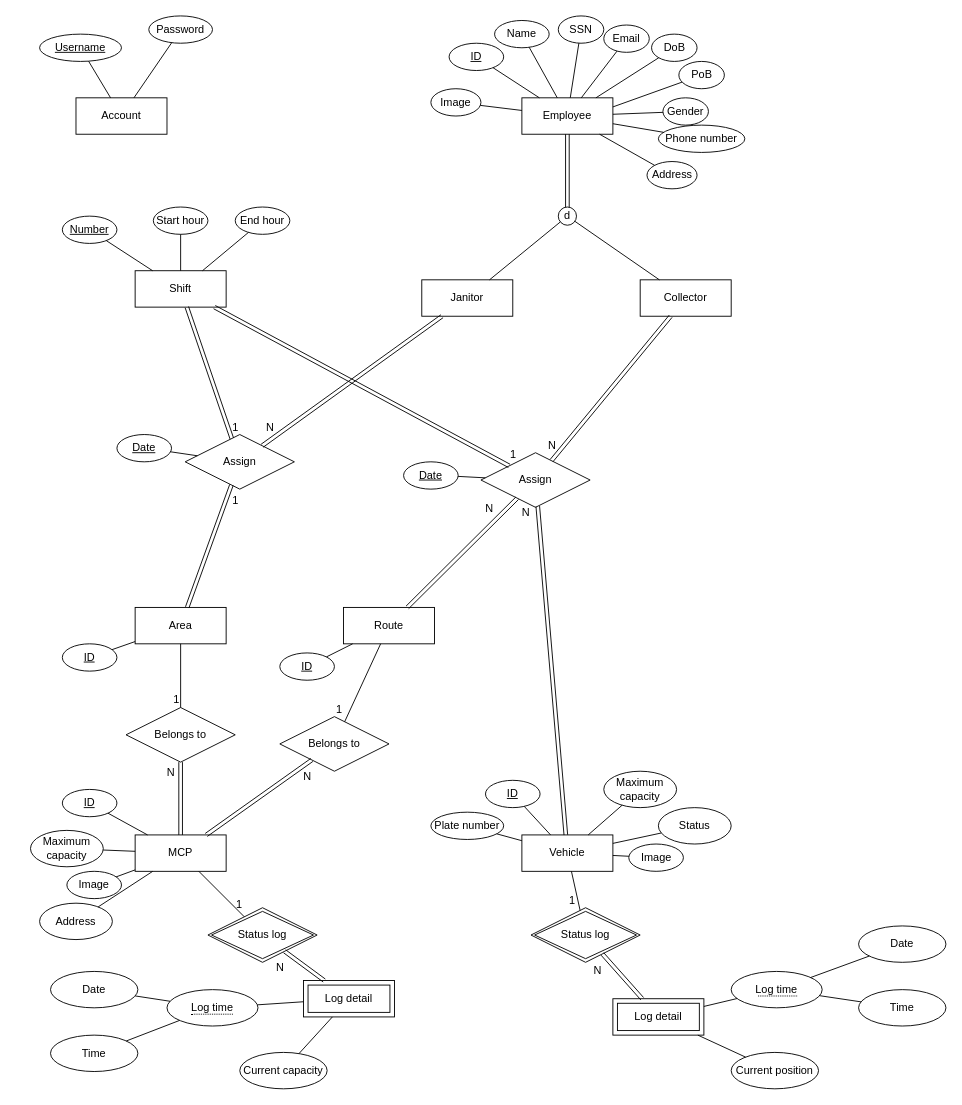
The draw.io diagram ERD.drawio in astr0tas/A-simple-chat-web-application, before the edit. Source tidied: cells renumbered, new cells numbered last; positions are measured from the earlier drawing's top-left corner, leaving out a move shared by most shapes. Both pictures are drawn from the tidied source at 91%, with x=0, y=0 at pixel (30, 15).
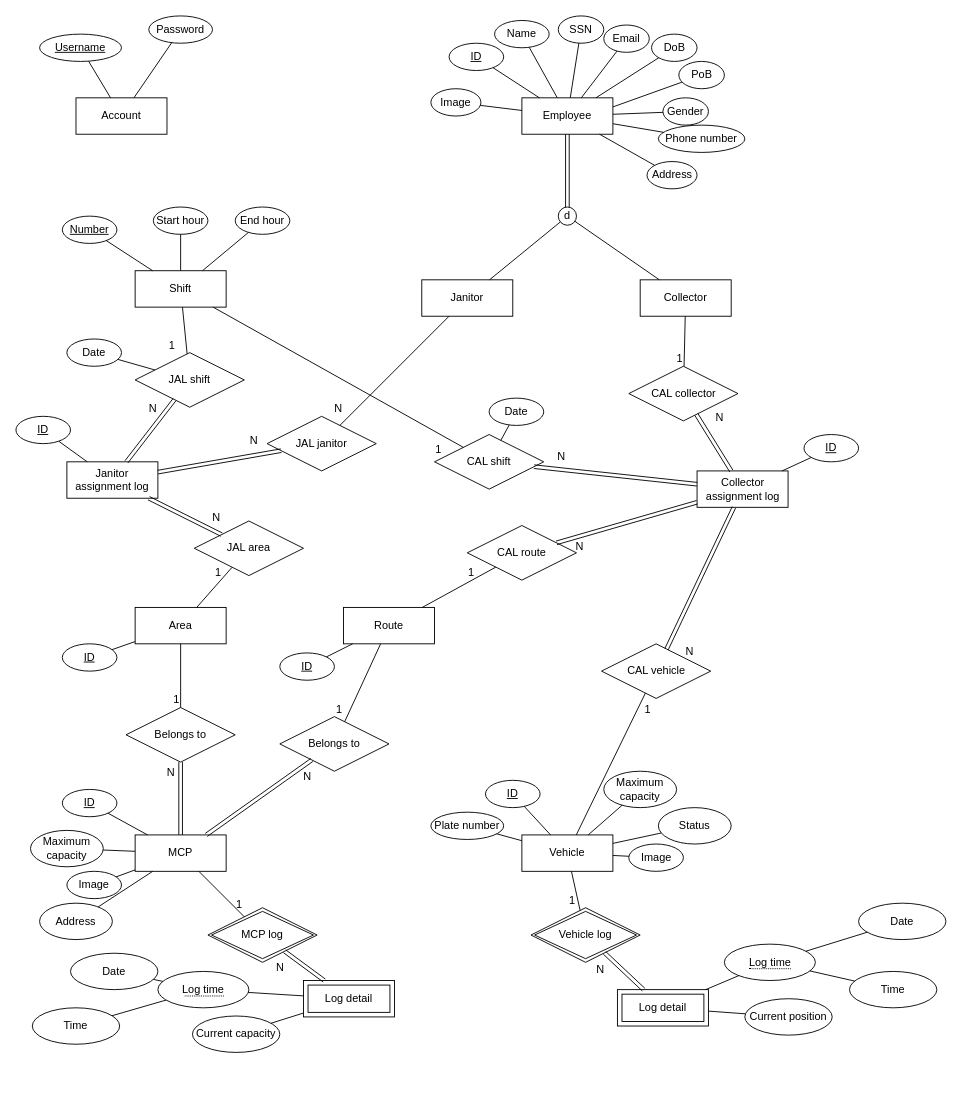
Above is the later version.

The change refers to these unchanged cells:
```xml
<mxCell id="8" value="Janitor" style="whiteSpace=wrap;html=1;align=center;" parent="1" vertex="1">
  <mxGeometry x="430" y="290" width="100" height="40" as="geometry" />
</mxCell>
<mxCell id="9" value="Collector" style="whiteSpace=wrap;html=1;align=center;" parent="1" vertex="1">
  <mxGeometry x="670" y="290" width="100" height="40" as="geometry" />
</mxCell>
<mxCell id="33" value="Vehicle" style="whiteSpace=wrap;html=1;align=center;" parent="1" vertex="1">
  <mxGeometry x="540" y="900" width="100" height="40" as="geometry" />
</mxCell>
<mxCell id="50" value="Area" style="whiteSpace=wrap;html=1;align=center;" parent="1" vertex="1">
  <mxGeometry x="115" y="650" width="100" height="40" as="geometry" />
</mxCell>
<mxCell id="51" value="Route" style="whiteSpace=wrap;html=1;align=center;" parent="1" vertex="1">
  <mxGeometry x="344" y="650" width="100" height="40" as="geometry" />
</mxCell>
<mxCell id="70" value="Shift" style="whiteSpace=wrap;html=1;align=center;" parent="1" vertex="1">
  <mxGeometry x="115" y="280" width="100" height="40" as="geometry" />
</mxCell>
```

Diff of the diagram source:
```diff
@@
-    <mxCell id="68" value="Assign" style="shape=rhombus;perimeter=rhombusPerimeter;whiteSpace=wrap;html=1;align=center;" parent="1" vertex="1">
-      <mxGeometry x="170" y="460" width="120" height="60" as="geometry" />
-    </mxCell>
-    <mxCell id="69" value="Assign" style="shape=rhombus;perimeter=rhombusPerimeter;whiteSpace=wrap;html=1;align=center;" parent="1" vertex="1">
-      <mxGeometry x="495" y="480" width="120" height="60" as="geometry" />
+    <mxCell id="69" value="CAL shift" style="shape=rhombus;perimeter=rhombusPerimeter;whiteSpace=wrap;html=1;align=center;" parent="1" vertex="1">
+      <mxGeometry x="444" y="460" width="120" height="60" as="geometry" />
     </mxCell>
@@
-    <mxCell id="77" style="shape=link;html=1;rounded=0;" parent="1" edge="1" source="8" target="68">
-      <mxGeometry relative="1" as="geometry" />
-    </mxCell>
-    <mxCell id="78" value="N" style="html=1;whiteSpace=wrap;align=right;verticalAlign=bottom;" parent="77" vertex="1">
-      <mxGeometry x="1" relative="1" as="geometry">
-        <mxPoint x="15" y="-12" as="offset" />
-      </mxGeometry>
-    </mxCell>
-    <mxCell id="79" style="shape=link;html=1;rounded=0;" parent="1" edge="1" source="50" target="68">
-      <mxGeometry relative="1" as="geometry" />
-    </mxCell>
-    <mxCell id="80" value="1" style="html=1;whiteSpace=wrap;align=right;verticalAlign=bottom;" parent="79" vertex="1">
-      <mxGeometry x="1" relative="1" as="geometry">
-        <mxPoint x="9" y="25" as="offset" />
-      </mxGeometry>
-    </mxCell>
-    <mxCell id="81" style="shape=link;html=1;rounded=0;" parent="1" edge="1" source="70" target="68">
-      <mxGeometry relative="1" as="geometry" />
-    </mxCell>
-    <mxCell id="82" value="1" style="html=1;whiteSpace=wrap;align=right;verticalAlign=bottom;" parent="81" vertex="1">
-      <mxGeometry x="1" relative="1" as="geometry">
-        <mxPoint x="9" y="-4" as="offset" />
-      </mxGeometry>
-    </mxCell>
-    <mxCell id="83" style="shape=link;html=1;rounded=0;" parent="1" edge="1" source="9" target="69">
-      <mxGeometry relative="1" as="geometry" />
-    </mxCell>
-    <mxCell id="84" value="N" style="html=1;whiteSpace=wrap;align=right;verticalAlign=bottom;" parent="83" vertex="1">
-      <mxGeometry x="1" relative="1" as="geometry">
-        <mxPoint x="7" y="-9" as="offset" />
-      </mxGeometry>
-    </mxCell>
-    <mxCell id="85" style="shape=link;html=1;rounded=0;" parent="1" edge="1" source="70" target="69">
-      <mxGeometry relative="1" as="geometry" />
-    </mxCell>
-    <mxCell id="86" value="1" style="html=1;whiteSpace=wrap;align=right;verticalAlign=bottom;" parent="85" vertex="1">
-      <mxGeometry x="1" relative="1" as="geometry">
-        <mxPoint x="9" y="-4" as="offset" />
-      </mxGeometry>
-    </mxCell>
-    <mxCell id="87" style="shape=link;html=1;rounded=0;" parent="1" edge="1" source="51" target="69">
-      <mxGeometry relative="1" as="geometry" />
-    </mxCell>
-    <mxCell id="88" value="N" style="html=1;whiteSpace=wrap;align=right;verticalAlign=bottom;" parent="87" vertex="1">
-      <mxGeometry x="1" relative="1" as="geometry">
-        <mxPoint x="-25" y="20" as="offset" />
-      </mxGeometry>
-    </mxCell>
-    <mxCell id="89" value="Date" style="ellipse;whiteSpace=wrap;html=1;align=center;fontStyle=4;" parent="1" vertex="1">
-      <mxGeometry x="95" y="460" width="60" height="30" as="geometry" />
-    </mxCell>
-    <mxCell id="90" value="&lt;u&gt;Date&lt;/u&gt;" style="ellipse;whiteSpace=wrap;html=1;align=center;" parent="1" vertex="1">
-      <mxGeometry x="410" y="490" width="60" height="30" as="geometry" />
+    <mxCell id="90" value="Date" style="ellipse;whiteSpace=wrap;html=1;align=center;" parent="1" vertex="1">
+      <mxGeometry x="504" y="420" width="60" height="30" as="geometry" />
     </mxCell>
-    <mxCell id="91" style="endArrow=none;html=1;rounded=0;" parent="1" edge="1" source="89" target="68">
-      <mxGeometry relative="1" as="geometry" />
-    </mxCell>
-    <mxCell id="92" style="html=1;whiteSpace=wrap;align=right;verticalAlign=bottom;" parent="91" vertex="1">
-      <mxGeometry x="1" relative="1" as="geometry" />
-    </mxCell>
@@
-    <mxCell id="95" style="shape=link;html=1;rounded=0;" parent="1" edge="1" source="33" target="69">
-      <mxGeometry relative="1" as="geometry" />
-    </mxCell>
-    <mxCell id="96" value="N" style="html=1;whiteSpace=wrap;align=right;verticalAlign=bottom;" parent="95" vertex="1">
-      <mxGeometry x="1" relative="1" as="geometry">
-        <mxPoint x="-7" y="16" as="offset" />
-      </mxGeometry>
-    </mxCell>
-    <mxCell id="97" value="Status log" style="shape=rhombus;double=1;perimeter=rhombusPerimeter;whiteSpace=wrap;html=1;align=center;" parent="1" vertex="1">
+    <mxCell id="97" value="MCP log" style="shape=rhombus;double=1;perimeter=rhombusPerimeter;whiteSpace=wrap;html=1;align=center;" parent="1" vertex="1">
       <mxGeometry x="195" y="980" width="120" height="60" as="geometry" />
     </mxCell>
-    <mxCell id="98" value="Status log" style="shape=rhombus;double=1;perimeter=rhombusPerimeter;whiteSpace=wrap;html=1;align=center;" parent="1" vertex="1">
+    <mxCell id="98" value="Vehicle log" style="shape=rhombus;double=1;perimeter=rhombusPerimeter;whiteSpace=wrap;html=1;align=center;" parent="1" vertex="1">
       <mxGeometry x="550" y="980" width="120" height="60" as="geometry" />
     </mxCell>
@@
     <mxCell id="102" value="&lt;span style=&quot;border-bottom: 1px dotted&quot;&gt;Log time&lt;br&gt;&lt;/span&gt;" style="ellipse;whiteSpace=wrap;html=1;align=center;" parent="1" vertex="1">
-      <mxGeometry x="150" y="1070" width="100" height="40" as="geometry" />
+      <mxGeometry x="140" y="1050" width="100" height="40" as="geometry" />
     </mxCell>
     <mxCell id="103" value="Current capacity" style="ellipse;whiteSpace=wrap;html=1;align=center;" parent="1" vertex="1">
-      <mxGeometry x="230" y="1139" width="96" height="40" as="geometry" />
+      <mxGeometry x="178" y="1099" width="96" height="40" as="geometry" />
     </mxCell>
@@
     <mxCell id="108" value="Log detail" style="shape=ext;margin=3;double=1;whiteSpace=wrap;html=1;align=center;" parent="1" vertex="1">
-      <mxGeometry x="640" y="1080" width="100" height="40" as="geometry" />
+      <mxGeometry x="645" y="1070" width="100" height="40" as="geometry" />
     </mxCell>
     <mxCell id="109" value="&lt;span style=&quot;border-bottom: 1px dotted&quot;&gt;Log time&lt;br&gt;&lt;/span&gt;" style="ellipse;whiteSpace=wrap;html=1;align=center;" parent="1" vertex="1">
-      <mxGeometry x="770" y="1050" width="100" height="40" as="geometry" />
+      <mxGeometry x="762.5" y="1020" width="100" height="40" as="geometry" />
     </mxCell>
     <mxCell id="110" value="Date" style="ellipse;whiteSpace=wrap;html=1;align=center;" parent="1" vertex="1">
-      <mxGeometry x="22" y="1050" width="96" height="40" as="geometry" />
+      <mxGeometry x="44" y="1030" width="96" height="40" as="geometry" />
     </mxCell>
     <mxCell id="111" value="Time" style="ellipse;whiteSpace=wrap;html=1;align=center;" parent="1" vertex="1">
-      <mxGeometry x="22" y="1120" width="96" height="40" as="geometry" />
+      <mxGeometry x="2" y="1090" width="96" height="40" as="geometry" />
     </mxCell>
@@
     <mxCell id="118" value="Date" style="ellipse;whiteSpace=wrap;html=1;align=center;" parent="1" vertex="1">
-      <mxGeometry x="910" y="1000" width="96" height="40" as="geometry" />
+      <mxGeometry x="910" y="975" width="96" height="40" as="geometry" />
     </mxCell>
     <mxCell id="119" value="Time" style="ellipse;whiteSpace=wrap;html=1;align=center;" parent="1" vertex="1">
-      <mxGeometry x="910" y="1070" width="96" height="40" as="geometry" />
+      <mxGeometry x="900" y="1050" width="96" height="40" as="geometry" />
     </mxCell>
@@
     <mxCell id="123" value="Current position" style="ellipse;whiteSpace=wrap;html=1;align=center;" parent="1" vertex="1">
-      <mxGeometry x="770" y="1139" width="96" height="40" as="geometry" />
+      <mxGeometry x="785" y="1080" width="96" height="40" as="geometry" />
     </mxCell>
@@
+    <mxCell id="127" value="Collector assignment log" style="whiteSpace=wrap;html=1;align=center;" parent="1" vertex="1">
+      <mxGeometry x="732.5" y="500" width="100" height="40" as="geometry" />
+    </mxCell>
+    <mxCell id="128" value="ID" style="ellipse;whiteSpace=wrap;html=1;align=center;fontStyle=4;" parent="1" vertex="1">
+      <mxGeometry x="850" y="460" width="60" height="30" as="geometry" />
+    </mxCell>
+    <mxCell id="129" style="endArrow=none;html=1;rounded=0;" parent="1" edge="1" source="127" target="128">
+      <mxGeometry relative="1" as="geometry" />
+    </mxCell>
+    <mxCell id="130" value="CAL collector" style="shape=rhombus;perimeter=rhombusPerimeter;whiteSpace=wrap;html=1;align=center;" parent="1" vertex="1">
+      <mxGeometry x="657.5" y="385" width="120" height="60" as="geometry" />
+    </mxCell>
+    <mxCell id="131" value="CAL route" style="shape=rhombus;perimeter=rhombusPerimeter;whiteSpace=wrap;html=1;align=center;" parent="1" vertex="1">
+      <mxGeometry x="480" y="560" width="120" height="60" as="geometry" />
+    </mxCell>
+    <mxCell id="132" value="CAL vehicle" style="shape=rhombus;perimeter=rhombusPerimeter;whiteSpace=wrap;html=1;align=center;" parent="1" vertex="1">
+      <mxGeometry x="627.5" y="690" width="120" height="60" as="geometry" />
+    </mxCell>
+    <mxCell id="133" value="Janitor assignment log" style="whiteSpace=wrap;html=1;align=center;" parent="1" vertex="1">
+      <mxGeometry x="40" y="490" width="100" height="40" as="geometry" />
+    </mxCell>
+    <mxCell id="134" value="ID" style="ellipse;whiteSpace=wrap;html=1;align=center;fontStyle=4;" parent="1" vertex="1">
+      <mxGeometry x="-16" y="440" width="60" height="30" as="geometry" />
+    </mxCell>
+    <mxCell id="135" style="endArrow=none;html=1;rounded=0;" parent="1" edge="1" source="133" target="134">
+      <mxGeometry relative="1" as="geometry" />
+    </mxCell>
+    <mxCell id="136" style="endArrow=none;html=1;rounded=0;" parent="1" edge="1" source="9" target="130">
+      <mxGeometry relative="1" as="geometry" />
+    </mxCell>
+    <mxCell id="137" value="1" style="html=1;whiteSpace=wrap;align=right;verticalAlign=bottom;" parent="136" vertex="1">
+      <mxGeometry x="1" relative="1" as="geometry" />
+    </mxCell>
+    <mxCell id="138" style="shape=link;html=1;rounded=0;" parent="1" edge="1" source="127" target="130">
+      <mxGeometry relative="1" as="geometry" />
+    </mxCell>
+    <mxCell id="139" value="N" style="html=1;whiteSpace=wrap;align=right;verticalAlign=bottom;" parent="138" vertex="1">
+      <mxGeometry x="1" relative="1" as="geometry">
+        <mxPoint x="31" y="12" as="offset" />
+      </mxGeometry>
+    </mxCell>
+    <mxCell id="140" style="shape=link;html=1;rounded=0;" parent="1" edge="1" source="127" target="131">
+      <mxGeometry relative="1" as="geometry" />
+    </mxCell>
+    <mxCell id="141" value="N" style="html=1;whiteSpace=wrap;align=right;verticalAlign=bottom;" parent="140" vertex="1">
+      <mxGeometry x="1" relative="1" as="geometry">
+        <mxPoint x="31" y="12" as="offset" />
+      </mxGeometry>
+    </mxCell>
+    <mxCell id="142" style="endArrow=none;html=1;rounded=0;" parent="1" edge="1" source="51" target="131">
+      <mxGeometry relative="1" as="geometry" />
+    </mxCell>
+    <mxCell id="143" value="1" style="html=1;whiteSpace=wrap;align=right;verticalAlign=bottom;" parent="142" vertex="1">
+      <mxGeometry x="1" relative="1" as="geometry">
+        <mxPoint x="-22" y="14" as="offset" />
+      </mxGeometry>
+    </mxCell>
+    <mxCell id="144" style="endArrow=none;html=1;rounded=0;" parent="1" edge="1" source="33" target="132">
+      <mxGeometry relative="1" as="geometry" />
+    </mxCell>
+    <mxCell id="145" value="1" style="html=1;whiteSpace=wrap;align=right;verticalAlign=bottom;" parent="144" vertex="1">
+      <mxGeometry x="1" relative="1" as="geometry">
+        <mxPoint x="7" y="26" as="offset" />
+      </mxGeometry>
+    </mxCell>
+    <mxCell id="146" style="shape=link;html=1;rounded=0;" parent="1" edge="1" source="127" target="132">
+      <mxGeometry relative="1" as="geometry" />
+    </mxCell>
+    <mxCell id="147" value="N" style="html=1;whiteSpace=wrap;align=right;verticalAlign=bottom;" parent="146" vertex="1">
+      <mxGeometry x="1" relative="1" as="geometry">
+        <mxPoint x="31" y="12" as="offset" />
+      </mxGeometry>
+    </mxCell>
+    <mxCell id="148" style="shape=link;html=1;rounded=0;" parent="1" edge="1" source="127" target="69">
+      <mxGeometry relative="1" as="geometry" />
+    </mxCell>
+    <mxCell id="149" value="N" style="html=1;whiteSpace=wrap;align=right;verticalAlign=bottom;" parent="148" vertex="1">
+      <mxGeometry x="1" relative="1" as="geometry">
+        <mxPoint x="35" y="-2" as="offset" />
+      </mxGeometry>
+    </mxCell>
+    <mxCell id="85" style="endArrow=none;html=1;rounded=0;" parent="1" edge="1" source="70" target="69">
+      <mxGeometry relative="1" as="geometry" />
+    </mxCell>
+    <mxCell id="150" value="1" style="html=1;whiteSpace=wrap;align=right;verticalAlign=bottom;" parent="85" vertex="1">
+      <mxGeometry x="1" relative="1" as="geometry">
+        <mxPoint x="-22" y="11" as="offset" />
+      </mxGeometry>
+    </mxCell>
+    <mxCell id="151" value="JAL shift" style="shape=rhombus;perimeter=rhombusPerimeter;whiteSpace=wrap;html=1;align=center;" parent="1" vertex="1">
+      <mxGeometry x="115" y="370" width="120" height="60" as="geometry" />
+    </mxCell>
+    <mxCell id="152" style="endArrow=none;html=1;rounded=0;" parent="1" edge="1" source="70" target="151">
+      <mxGeometry relative="1" as="geometry" />
+    </mxCell>
+    <mxCell id="153" value="1" style="html=1;whiteSpace=wrap;align=right;verticalAlign=bottom;" parent="152" vertex="1">
+      <mxGeometry x="1" relative="1" as="geometry">
+        <mxPoint x="-12" y="-1" as="offset" />
+      </mxGeometry>
+    </mxCell>
+    <mxCell id="154" style="shape=link;html=1;rounded=0;" parent="1" edge="1" source="133" target="151">
+      <mxGeometry relative="1" as="geometry" />
+    </mxCell>
+    <mxCell id="155" value="N" style="html=1;whiteSpace=wrap;align=right;verticalAlign=bottom;" parent="154" vertex="1">
+      <mxGeometry x="1" relative="1" as="geometry">
+        <mxPoint x="-18" y="18" as="offset" />
+      </mxGeometry>
+    </mxCell>
+    <mxCell id="156" value="JAL janitor" style="shape=rhombus;perimeter=rhombusPerimeter;whiteSpace=wrap;html=1;align=center;" parent="1" vertex="1">
+      <mxGeometry x="260" y="440" width="120" height="60" as="geometry" />
+    </mxCell>
+    <mxCell id="157" value="JAL area" style="shape=rhombus;perimeter=rhombusPerimeter;whiteSpace=wrap;html=1;align=center;" parent="1" vertex="1">
+      <mxGeometry x="180" y="555" width="120" height="60" as="geometry" />
+    </mxCell>
+    <mxCell id="158" style="shape=link;html=1;rounded=0;" parent="1" edge="1" source="133" target="157">
+      <mxGeometry relative="1" as="geometry" />
+    </mxCell>
+    <mxCell id="159" value="N" style="html=1;whiteSpace=wrap;align=right;verticalAlign=bottom;" parent="158" vertex="1">
+      <mxGeometry x="1" relative="1" as="geometry">
+        <mxPoint y="-10" as="offset" />
+      </mxGeometry>
+    </mxCell>
+    <mxCell id="160" style="endArrow=none;html=1;rounded=0;" parent="1" edge="1" source="50" target="157">
+      <mxGeometry relative="1" as="geometry" />
+    </mxCell>
+    <mxCell id="161" value="1" style="html=1;whiteSpace=wrap;align=right;verticalAlign=bottom;" parent="160" vertex="1">
+      <mxGeometry x="1" relative="1" as="geometry">
+        <mxPoint x="-11" y="14" as="offset" />
+      </mxGeometry>
+    </mxCell>
+    <mxCell id="162" style="endArrow=none;html=1;rounded=0;" parent="1" edge="1" source="8" target="156">
+      <mxGeometry relative="1" as="geometry" />
+    </mxCell>
+    <mxCell id="163" value="N" style="html=1;whiteSpace=wrap;align=right;verticalAlign=bottom;" parent="162" vertex="1">
+      <mxGeometry x="1" relative="1" as="geometry">
+        <mxPoint x="4" y="-10" as="offset" />
+      </mxGeometry>
+    </mxCell>
+    <mxCell id="164" style="shape=link;html=1;rounded=0;" parent="1" edge="1" source="133" target="156">
+      <mxGeometry relative="1" as="geometry" />
+    </mxCell>
+    <mxCell id="165" value="N" style="html=1;whiteSpace=wrap;align=right;verticalAlign=bottom;" parent="164" vertex="1">
+      <mxGeometry x="1" relative="1" as="geometry">
+        <mxPoint x="-25" y="-3" as="offset" />
+      </mxGeometry>
+    </mxCell>
+    <mxCell id="89" value="Date" style="ellipse;whiteSpace=wrap;html=1;align=center;" parent="1" vertex="1">
+      <mxGeometry x="40" y="355" width="60" height="30" as="geometry" />
+    </mxCell>
+    <mxCell id="166" style="endArrow=none;html=1;rounded=0;" parent="1" edge="1" source="151" target="89">
+      <mxGeometry relative="1" as="geometry" />
+    </mxCell>
```
